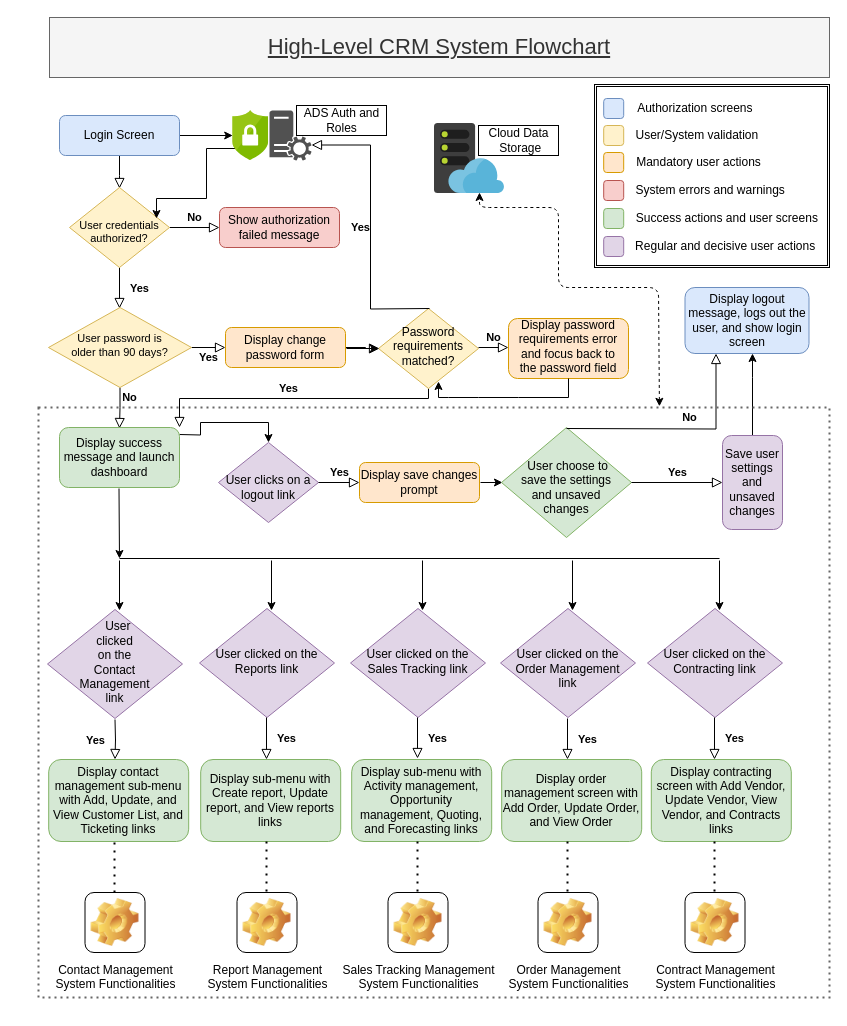
The draw.io diagram page "System Flowchart" (1 of 3) of diagrams/xml/C188 Flowchart and UML.drawio in mehtabhaumik/Assignments, before the edit. Source tidied: cells renumbered, new cells numbered last; positions are measured from the earlier drawing's top-left corner, leaving out a move shared by most shapes. Both pictures are drawn from the tidied source at 100%, with x=0, y=0 at pixel (38, 17).
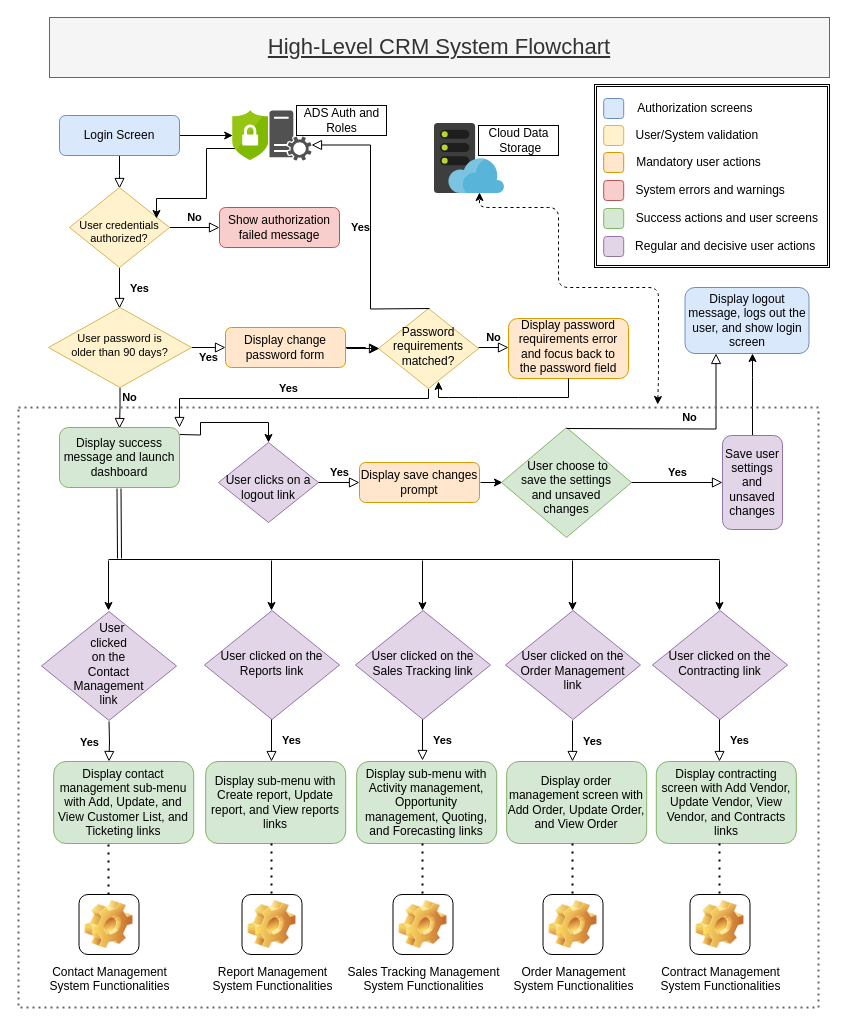
The same diagram, later.

What changed in the source:
```diff
@@
-    <mxCell id="19" style="endArrow=classic;html=1;rounded=0;fontSize=11;" parent="1" edge="1">
+    <mxCell id="19" style="endArrow=classic;html=1;rounded=0;fontSize=11;shape=link;" parent="1" edge="1">
       <mxGeometry relative="1" as="geometry">
         <mxPoint x="80.5" y="471" as="sourcePoint" />
         <mxPoint x="81" y="541" as="targetPoint" />
       </mxGeometry>
     </mxCell>
     <mxCell id="20" style="endArrow=none;html=1;rounded=0;fontSize=11;" parent="1" edge="1">
       <mxGeometry relative="1" as="geometry">
-        <mxPoint x="81" y="541" as="sourcePoint" />
-        <mxPoint x="681" y="541" as="targetPoint" />
+        <mxPoint x="70" y="542" as="sourcePoint" />
+        <mxPoint x="681" y="542" as="targetPoint" />
       </mxGeometry>
     </mxCell>
     <mxCell id="21" style="endArrow=classic;html=1;rounded=0;fontSize=11;" parent="1" edge="1">
       <mxGeometry relative="1" as="geometry">
-        <mxPoint x="81" y="543" as="sourcePoint" />
-        <mxPoint x="81" y="593" as="targetPoint" />
+        <mxPoint x="70" y="543" as="sourcePoint" />
+        <mxPoint x="70" y="593" as="targetPoint" />
       </mxGeometry>
     </mxCell>
     <mxCell id="22" value="&amp;nbsp; User &lt;br&gt;clicked &lt;br&gt;on the &lt;br style=&quot;font-size: 12px&quot;&gt;Contact &lt;br&gt;Management &lt;br style=&quot;font-size: 12px&quot;&gt;link" style="rhombus;whiteSpace=wrap;html=1;shadow=0;fontFamily=Helvetica;fontSize=12;align=center;strokeWidth=1;spacing=6;spacingTop=-4;fillColor=#e1d5e7;strokeColor=#9673a6;" parent="1" vertex="1">
-      <mxGeometry x="9" y="592" width="135" height="109" as="geometry" />
+      <mxGeometry x="3" y="594" width="135" height="109" as="geometry" />
     </mxCell>
     <mxCell id="23" value="Yes" style="rounded=0;html=1;jettySize=auto;orthogonalLoop=1;fontSize=11;endArrow=block;endFill=0;endSize=8;strokeWidth=1;shadow=0;labelBackgroundColor=none;edgeStyle=orthogonalEdgeStyle;fontStyle=1;" parent="1" edge="1">
       <mxGeometry y="20" relative="1" as="geometry">
-        <mxPoint x="76.5" y="702" as="sourcePoint" />
-        <mxPoint x="76.5" y="742" as="targetPoint" />
+        <mxPoint x="70.5" y="704" as="sourcePoint" />
+        <mxPoint x="70.5" y="744" as="targetPoint" />
       </mxGeometry>
     </mxCell>
     <mxCell id="24" value="Display contact management sub-menu with Add, Update, and View Customer List, and Ticketing links" style="rounded=1;whiteSpace=wrap;html=1;fontSize=12;fillColor=#d5e8d4;strokeColor=#82b366;" parent="1" vertex="1">
-      <mxGeometry x="10.2" y="742" width="140" height="82" as="geometry" />
+      <mxGeometry x="15.2" y="744" width="140" height="82" as="geometry" />
     </mxCell>
@@
     <mxCell id="26" value="User clicked on the Reports link" style="rhombus;whiteSpace=wrap;html=1;shadow=0;fontFamily=Helvetica;fontSize=12;align=center;strokeWidth=1;spacing=6;spacingTop=-4;fillColor=#e1d5e7;strokeColor=#9673a6;" parent="1" vertex="1">
-      <mxGeometry x="161" y="591" width="135" height="109" as="geometry" />
+      <mxGeometry x="166" y="593" width="135" height="109" as="geometry" />
     </mxCell>
     <mxCell id="27" value="Yes" style="rounded=0;html=1;jettySize=auto;orthogonalLoop=1;fontSize=11;endArrow=block;endFill=0;endSize=8;strokeWidth=1;shadow=0;labelBackgroundColor=none;edgeStyle=orthogonalEdgeStyle;fontStyle=1;" parent="1" edge="1">
       <mxGeometry y="20" relative="1" as="geometry">
-        <mxPoint x="228" y="700" as="sourcePoint" />
-        <mxPoint x="228" y="742" as="targetPoint" />
+        <mxPoint x="233" y="702" as="sourcePoint" />
+        <mxPoint x="233" y="744" as="targetPoint" />
       </mxGeometry>
     </mxCell>
     <mxCell id="28" value="Display sub-menu with Create report, Update report, and View reports links" style="rounded=1;whiteSpace=wrap;html=1;fontSize=12;fillColor=#d5e8d4;strokeColor=#82b366;" parent="1" vertex="1">
-      <mxGeometry x="162.2" y="742" width="140" height="82" as="geometry" />
+      <mxGeometry x="167.2" y="744" width="140" height="82" as="geometry" />
     </mxCell>
@@
     <mxCell id="30" value="User clicked on the &lt;br style=&quot;font-size: 12px;&quot;&gt;Sales Tracking link" style="rhombus;whiteSpace=wrap;html=1;shadow=0;fontFamily=Helvetica;fontSize=12;align=center;strokeWidth=1;spacing=6;spacingTop=-4;fillColor=#e1d5e7;strokeColor=#9673a6;" parent="1" vertex="1">
-      <mxGeometry x="312" y="591" width="135" height="109" as="geometry" />
+      <mxGeometry x="317" y="593" width="135" height="109" as="geometry" />
     </mxCell>
     <mxCell id="31" value="Yes" style="rounded=0;html=1;jettySize=auto;orthogonalLoop=1;fontSize=11;endArrow=block;endFill=0;endSize=8;strokeWidth=1;shadow=0;labelBackgroundColor=none;edgeStyle=orthogonalEdgeStyle;fontStyle=1;" parent="1" edge="1">
       <mxGeometry y="20" relative="1" as="geometry">
-        <mxPoint x="379" y="700" as="sourcePoint" />
-        <mxPoint x="379" y="741" as="targetPoint" />
+        <mxPoint x="384" y="702" as="sourcePoint" />
+        <mxPoint x="384" y="743" as="targetPoint" />
       </mxGeometry>
     </mxCell>
     <mxCell id="32" value="Display sub-menu with Activity management, Opportunity management, Quoting, and Forecasting links" style="rounded=1;whiteSpace=wrap;html=1;fontSize=12;fillColor=#d5e8d4;strokeColor=#82b366;" parent="1" vertex="1">
-      <mxGeometry x="313.2" y="742" width="140" height="82" as="geometry" />
+      <mxGeometry x="318.2" y="744" width="140" height="82" as="geometry" />
     </mxCell>
@@
     <mxCell id="34" value="&lt;br style=&quot;font-size: 12px;&quot;&gt;User clicked on the Order Management link" style="rhombus;whiteSpace=wrap;html=1;shadow=0;fontFamily=Helvetica;fontSize=12;align=center;strokeWidth=1;spacing=6;spacingTop=-4;fillColor=#e1d5e7;strokeColor=#9673a6;" parent="1" vertex="1">
-      <mxGeometry x="462" y="591" width="135" height="109" as="geometry" />
+      <mxGeometry x="467" y="593" width="135" height="109" as="geometry" />
     </mxCell>
     <mxCell id="35" value="Yes" style="rounded=0;html=1;jettySize=auto;orthogonalLoop=1;fontSize=11;endArrow=block;endFill=0;endSize=8;strokeWidth=1;shadow=0;labelBackgroundColor=none;edgeStyle=orthogonalEdgeStyle;fontStyle=1;" parent="1" edge="1">
       <mxGeometry y="20" relative="1" as="geometry">
-        <mxPoint x="529" y="701" as="sourcePoint" />
-        <mxPoint x="529" y="742" as="targetPoint" />
+        <mxPoint x="534" y="703" as="sourcePoint" />
+        <mxPoint x="534" y="744" as="targetPoint" />
       </mxGeometry>
     </mxCell>
     <mxCell id="36" value="Display order management screen with Add Order, Update Order, and View Order" style="rounded=1;whiteSpace=wrap;html=1;fontSize=12;fillColor=#d5e8d4;strokeColor=#82b366;" parent="1" vertex="1">
-      <mxGeometry x="463.2" y="742" width="140" height="82" as="geometry" />
+      <mxGeometry x="468.2" y="744" width="140" height="82" as="geometry" />
     </mxCell>
@@
     <mxCell id="38" value="User clicked on the Contracting link" style="rhombus;whiteSpace=wrap;html=1;shadow=0;fontFamily=Helvetica;fontSize=12;align=center;strokeWidth=1;spacing=6;spacingTop=-4;fillColor=#e1d5e7;strokeColor=#9673a6;" parent="1" vertex="1">
-      <mxGeometry x="609" y="591" width="135" height="109" as="geometry" />
+      <mxGeometry x="614" y="593" width="135" height="109" as="geometry" />
     </mxCell>
     <mxCell id="39" value="Yes" style="rounded=0;html=1;jettySize=auto;orthogonalLoop=1;fontSize=11;endArrow=block;endFill=0;endSize=8;strokeWidth=1;shadow=0;labelBackgroundColor=none;edgeStyle=orthogonalEdgeStyle;fontStyle=1;" parent="1" edge="1">
       <mxGeometry y="20" relative="1" as="geometry">
-        <mxPoint x="676" y="700" as="sourcePoint" />
-        <mxPoint x="676" y="742" as="targetPoint" />
+        <mxPoint x="681" y="702" as="sourcePoint" />
+        <mxPoint x="681" y="744" as="targetPoint" />
       </mxGeometry>
     </mxCell>
     <mxCell id="40" value="Display contracting screen with Add Vendor, Update Vendor, View Vendor, and Contracts links" style="rounded=1;whiteSpace=wrap;html=1;fontSize=12;fillColor=#d5e8d4;strokeColor=#82b366;" parent="1" vertex="1">
-      <mxGeometry x="612.8" y="742" width="140" height="82" as="geometry" />
+      <mxGeometry x="617.8" y="744" width="140" height="82" as="geometry" />
     </mxCell>
@@
     <mxCell id="52" style="endArrow=none;dashed=1;html=1;dashPattern=1 3;strokeWidth=2;rounded=0;fontSize=11;" parent="1" edge="1">
       <mxGeometry relative="1" as="geometry">
-        <mxPoint x="76" y="875" as="sourcePoint" />
-        <mxPoint x="76" y="825" as="targetPoint" />
+        <mxPoint x="70" y="877" as="sourcePoint" />
+        <mxPoint x="70" y="827" as="targetPoint" />
       </mxGeometry>
     </mxCell>
     <mxCell id="53" style="endArrow=none;dashed=1;html=1;dashPattern=1 3;strokeWidth=2;rounded=0;fontSize=11;" parent="1" edge="1">
       <mxGeometry relative="1" as="geometry">
-        <mxPoint x="228" y="874" as="sourcePoint" />
-        <mxPoint x="228" y="824" as="targetPoint" />
+        <mxPoint x="233" y="876" as="sourcePoint" />
+        <mxPoint x="233" y="826" as="targetPoint" />
       </mxGeometry>
     </mxCell>
     <mxCell id="54" style="endArrow=none;dashed=1;html=1;dashPattern=1 3;strokeWidth=2;rounded=0;fontSize=11;" parent="1" edge="1">
       <mxGeometry relative="1" as="geometry">
-        <mxPoint x="379" y="874" as="sourcePoint" />
-        <mxPoint x="379" y="824" as="targetPoint" />
+        <mxPoint x="384" y="876" as="sourcePoint" />
+        <mxPoint x="384" y="826" as="targetPoint" />
       </mxGeometry>
     </mxCell>
     <mxCell id="55" style="endArrow=none;dashed=1;html=1;dashPattern=1 3;strokeWidth=2;rounded=0;fontSize=11;" parent="1" edge="1">
       <mxGeometry relative="1" as="geometry">
-        <mxPoint x="529" y="874" as="sourcePoint" />
-        <mxPoint x="529" y="824" as="targetPoint" />
+        <mxPoint x="534" y="876" as="sourcePoint" />
+        <mxPoint x="534" y="826" as="targetPoint" />
       </mxGeometry>
     </mxCell>
     <mxCell id="56" style="endArrow=none;dashed=1;html=1;dashPattern=1 3;strokeWidth=2;rounded=0;fontSize=11;" parent="1" edge="1">
       <mxGeometry relative="1" as="geometry">
-        <mxPoint x="676" y="874" as="sourcePoint" />
-        <mxPoint x="676" y="824" as="targetPoint" />
+        <mxPoint x="681" y="876" as="sourcePoint" />
+        <mxPoint x="681" y="826" as="targetPoint" />
       </mxGeometry>
     </mxCell>
     <mxCell id="57" value="Contact Management &lt;br style=&quot;font-size: 12px;&quot;&gt;System Functionalities" style="icon;html=1;image=img/clipart/Gear_128x128.png;fontSize=12;" parent="1" vertex="1">
-      <mxGeometry x="46.5" y="875" width="60" height="60" as="geometry" />
+      <mxGeometry x="40.5" y="877" width="60" height="60" as="geometry" />
     </mxCell>
     <mxCell id="58" value="Report Management &lt;br style=&quot;font-size: 12px;&quot;&gt;System Functionalities" style="icon;html=1;image=img/clipart/Gear_128x128.png;fontSize=12;" parent="1" vertex="1">
-      <mxGeometry x="198.5" y="875" width="60" height="60" as="geometry" />
+      <mxGeometry x="203.5" y="877" width="60" height="60" as="geometry" />
     </mxCell>
     <mxCell id="59" value="Sales Tracking Management &lt;br style=&quot;font-size: 12px;&quot;&gt;System Functionalities" style="icon;html=1;image=img/clipart/Gear_128x128.png;fontSize=12;" parent="1" vertex="1">
-      <mxGeometry x="349.5" y="875" width="60" height="60" as="geometry" />
+      <mxGeometry x="354.5" y="877" width="60" height="60" as="geometry" />
     </mxCell>
     <mxCell id="60" value="Order Management &lt;br style=&quot;font-size: 12px;&quot;&gt;System Functionalities" style="icon;html=1;image=img/clipart/Gear_128x128.png;fontSize=12;" parent="1" vertex="1">
-      <mxGeometry x="499.5" y="875" width="60" height="60" as="geometry" />
+      <mxGeometry x="504.5" y="877" width="60" height="60" as="geometry" />
     </mxCell>
     <mxCell id="61" value="Contract Management &lt;br style=&quot;font-size: 12px;&quot;&gt;System Functionalities" style="icon;html=1;image=img/clipart/Gear_128x128.png;fontSize=12;" parent="1" vertex="1">
-      <mxGeometry x="646.5" y="875" width="60" height="60" as="geometry" />
+      <mxGeometry x="651.5" y="877" width="60" height="60" as="geometry" />
     </mxCell>
@@
     <mxCell id="79" style="whiteSpace=wrap;html=1;align=center;newEdgeStyle={&quot;edgeStyle&quot;:&quot;elbowEdgeStyle&quot;,&quot;startArrow&quot;:&quot;none&quot;,&quot;endArrow&quot;:&quot;none&quot;};fontSize=11;fillColor=none;dashed=1;shadow=0;sketch=0;glass=0;rounded=0;fontColor=#333333;strokeColor=#666666;gradientColor=none;strokeWidth=2;dashPattern=1 2;" parent="1" vertex="1">
-      <mxGeometry y="390" width="791" height="590" as="geometry" />
+      <mxGeometry x="-20" y="390" width="800" height="600" as="geometry" />
     </mxCell>
@@
-    <mxCell id="86" style="endArrow=classic;startArrow=classic;html=1;rounded=1;dashed=1;exitX=0.785;exitY=-0.002;exitDx=0;exitDy=0;exitPerimeter=0;" parent="1" edge="1" source="79">
+    <mxCell id="86" style="endArrow=classic;startArrow=classic;html=1;rounded=1;dashed=1;exitX=0.799;exitY=-0.005;exitDx=0;exitDy=0;exitPerimeter=0;" parent="1" edge="1" source="79">
       <mxGeometry relative="1" as="geometry">
         <mxPoint x="441" y="175" as="targetPoint" />
         <Array as="points">
+          <mxPoint x="620" y="360" />
+          <mxPoint x="620" y="330" />
           <mxPoint x="620" y="270" />
           <mxPoint x="520" y="270" />
           <mxPoint x="520" y="230" />
           <mxPoint x="520" y="190" />
           <mxPoint x="480" y="190" />
           <mxPoint x="441" y="190" />
         </Array>
       </mxGeometry>
     </mxCell>
```
